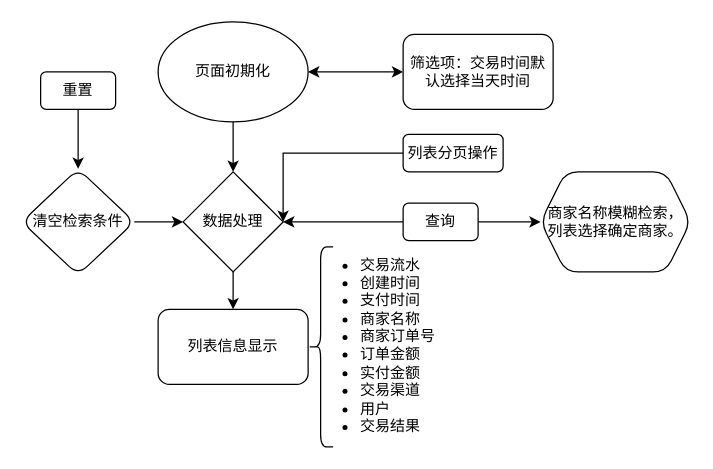
The draw.io diagram page "Page-1" (1 of 2) of Untitled Diagram.drawio in webgaochao/bidianwm, before the edit. Source tidied: cells renumbered, new cells numbered last; positions are measured from the earlier drawing's top-left corner, leaving out a move shared by most shapes. Both pictures are drawn from the tidied source at 125%, with x=0, y=0 at pixel (21, 21).
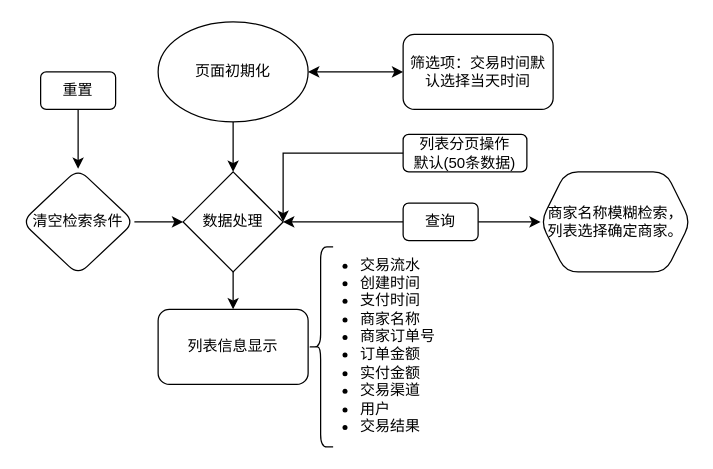
Above is the later version.

Change to the diagram source:
```diff
@@
-    <mxCell id="18" value="列表分页操作" style="rounded=1;whiteSpace=wrap;html=1;" parent="1" vertex="1">
-      <mxGeometry x="305" y="90" width="80" height="30" as="geometry" />
+    <mxCell id="18" value="列表分页操作&lt;br&gt;默认(50条数据)" style="rounded=1;whiteSpace=wrap;html=1;" parent="1" vertex="1">
+      <mxGeometry x="305" y="90" width="99" height="30" as="geometry" />
     </mxCell>
```
